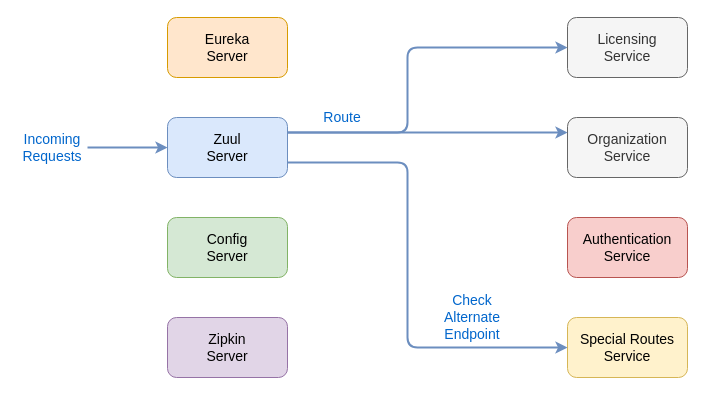
This is readme/drawio/whole_structure_zuul.drawio from wuyichen24/spring-microservices-in-action, a draw.io file, before an edit. Source tidied: cells renumbered, new cells numbered last; positions are measured from the earlier drawing's top-left corner, leaving out a move shared by most shapes. Both pictures are drawn from the tidied source at 100%, with x=0, y=0 at pixel (17, 17).
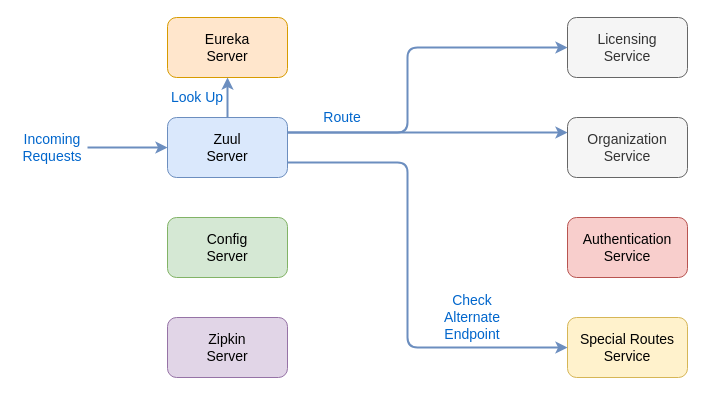
The same diagram, later.

Commit message (it also covers changes not shown here):
update zuul diagram

The change refers to these unchanged cells:
```xml
<mxCell id="2" value="&lt;font style=&quot;font-size: 14px&quot;&gt;Eureka&lt;br&gt;Server&lt;/font&gt;&lt;br&gt;" style="rounded=1;whiteSpace=wrap;html=1;fillColor=#ffe6cc;strokeColor=#d79b00;" parent="1" vertex="1">
  <mxGeometry x="150" width="120" height="60" as="geometry" />
</mxCell>
<mxCell id="3" value="&lt;span style=&quot;font-size: 14px&quot;&gt;Zuul&lt;br&gt;Server&lt;br&gt;&lt;/span&gt;" style="rounded=1;whiteSpace=wrap;html=1;fillColor=#dae8fc;strokeColor=#6c8ebf;" parent="1" vertex="1">
  <mxGeometry x="150" y="100" width="120" height="60" as="geometry" />
</mxCell>
```

What changed in the source:
```diff
@@
+    <mxCell id="17" style="endArrow=classic;html=1;fillColor=#dae8fc;strokeColor=#6c8ebf;strokeWidth=2;exitX=0.5;exitY=0;exitDx=0;exitDy=0;entryX=0.5;entryY=1;entryDx=0;entryDy=0;" parent="1" edge="1" source="3" target="2">
+      <mxGeometry relative="1" as="geometry" />
+    </mxCell>
+    <mxCell id="18" value="&lt;span style=&quot;font-size: 14px&quot;&gt;&lt;font color=&quot;#0066cc&quot;&gt;Look Up&lt;/font&gt;&lt;/span&gt;" style="text;html=1;strokeColor=none;fillColor=none;align=center;verticalAlign=middle;whiteSpace=wrap;rounded=0;" parent="1" vertex="1">
+      <mxGeometry x="150" y="65" width="60" height="30" as="geometry" />
+    </mxCell>
```
